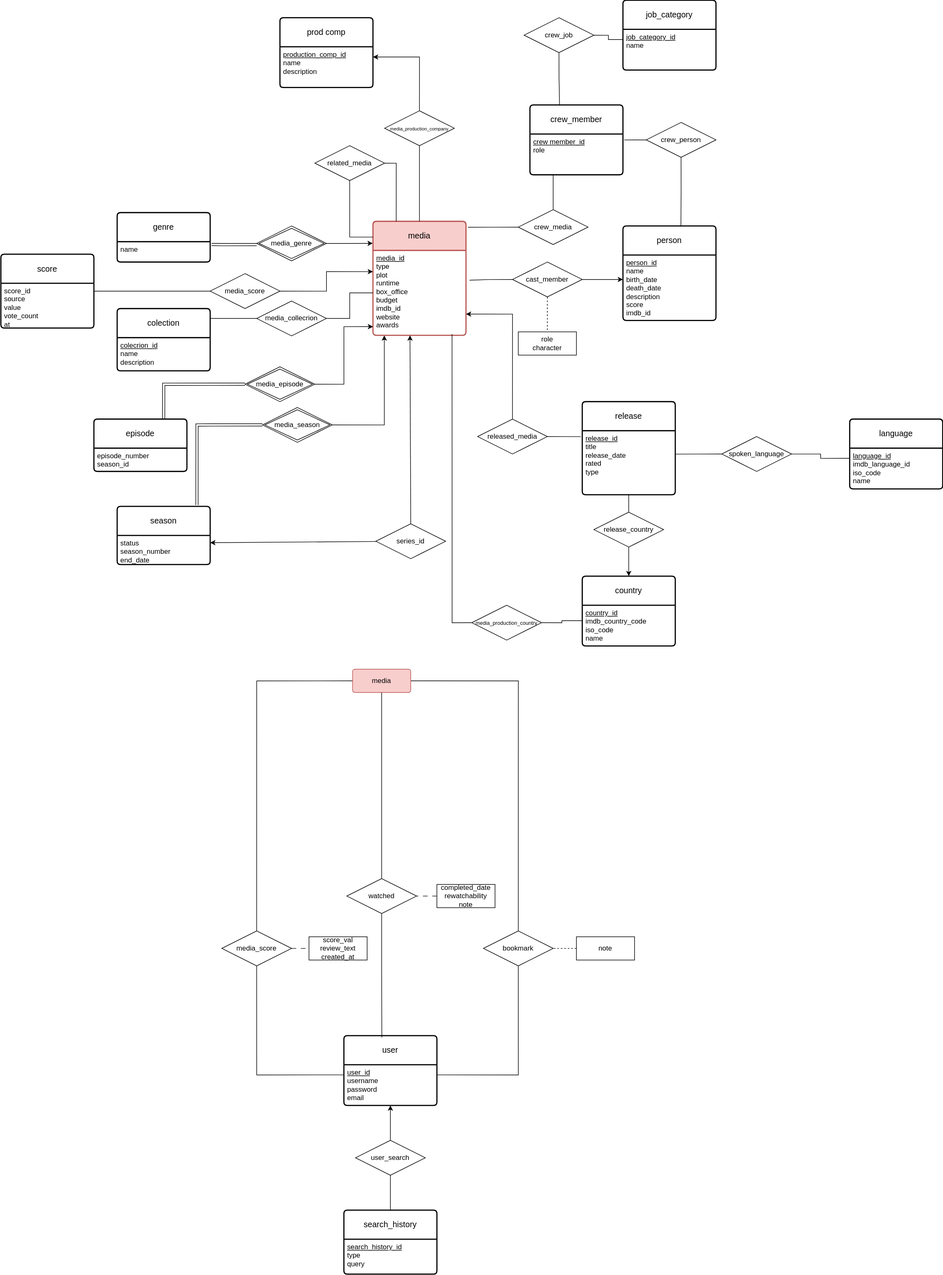
The draw.io diagram ER_diagram_handmade.drawio.svg in RUC-MSc-CS-CIT-2024/portfolio_subproject_1, before a commit. Source tidied: cells renumbered, new cells last; positions are measured from the earlier drawing's top-left corner, leaving out a move shared by most shapes.
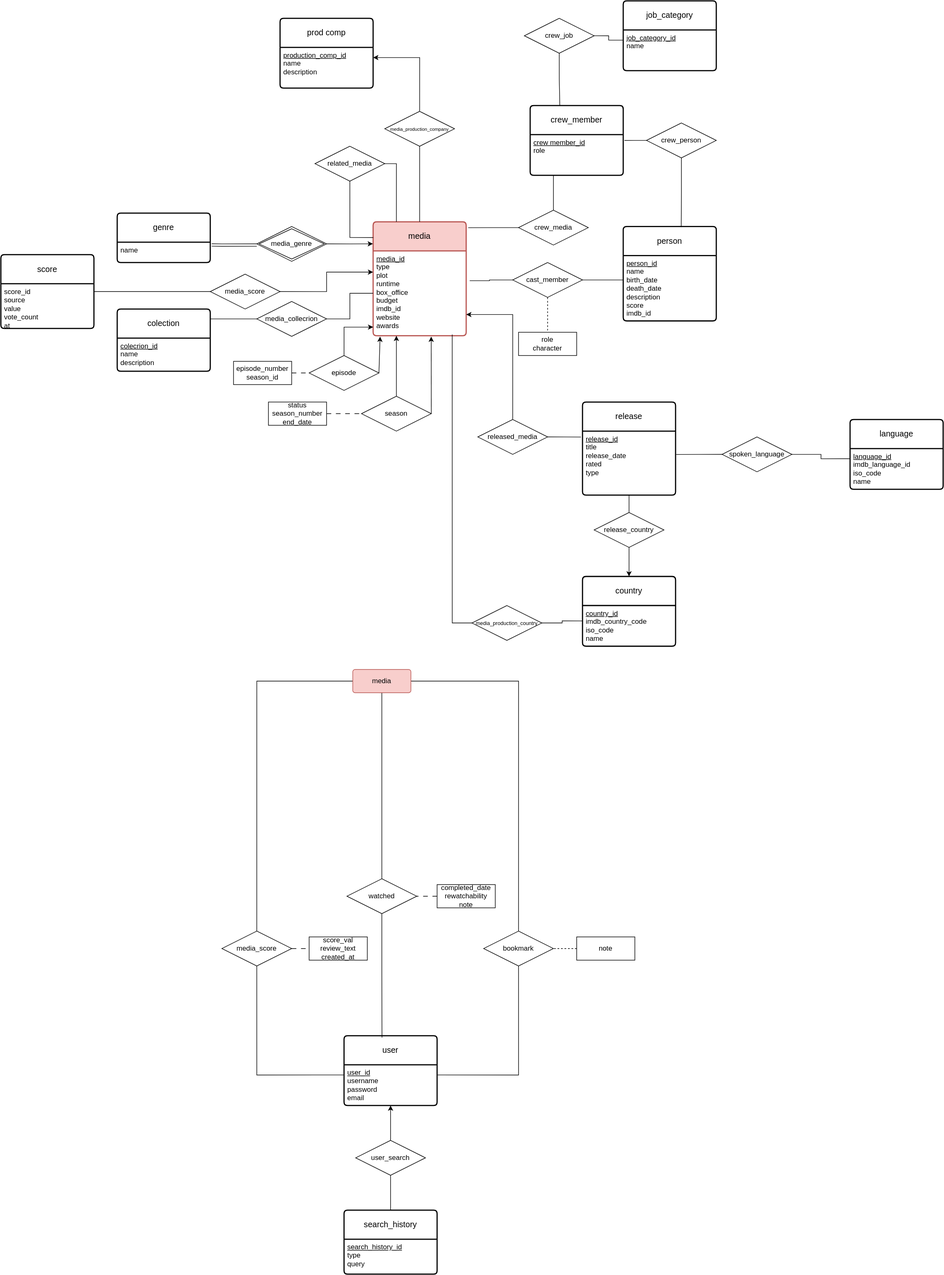
The same diagram one commit later.

Commit message:
Fixis after meeting with Throels

Change to the diagram source:
```diff
@@ -1,4 +1,4 @@
-<mxGraphModel background="#ffffff">
+<mxGraphModel>
   <root>
     <mxCell id="0" />
     <mxCell id="1" parent="0" />
@@ -21,21 +21,6 @@
     <mxCell id="5" style="edgeStyle=orthogonalEdgeStyle;rounded=0;jettySize=auto;html=1;exitX=0;exitY=0.5;exitDx=0;exitDy=0;entryX=1;entryY=0;entryDx=0;entryDy=0;endArrow=none;endFill=0;" parent="1" edge="1" source="4" target="21">
       <mxGeometry relative="1" as="geometry" />
     </mxCell>
-    <mxCell id="6" style="edgeStyle=orthogonalEdgeStyle;rounded=0;jettySize=auto;html=1;exitX=0;exitY=0.5;exitDx=0;exitDy=0;entryX=0.75;entryY=0;entryDx=0;entryDy=0;endArrow=classic;endFill=1;shape=link;" parent="1" edge="1" source="7" target="24">
-      <mxGeometry relative="1" as="geometry" />
-    </mxCell>
-    <mxCell id="7" value="media_episode" style="shape=rhombus;double=1;perimeter=rhombusPerimeter;whiteSpace=wrap;html=1;align=center;" parent="1" vertex="1">
-      <mxGeometry x="420" y="630" width="120" height="60" as="geometry" />
-    </mxCell>
-    <mxCell id="8" style="edgeStyle=orthogonalEdgeStyle;rounded=0;jettySize=auto;html=1;exitX=0;exitY=0.5;exitDx=0;exitDy=0;endArrow=classic;endFill=1;shape=link;entryX=0.858;entryY=-0.021;entryDx=0;entryDy=0;entryPerimeter=0;" parent="1" edge="1" source="9" target="26">
-      <mxGeometry relative="1" as="geometry" />
-    </mxCell>
-    <mxCell id="9" value="&lt;div&gt;media_season&lt;/div&gt;" style="shape=rhombus;double=1;perimeter=rhombusPerimeter;whiteSpace=wrap;html=1;align=center;" parent="1" vertex="1">
-      <mxGeometry x="450" y="700" width="120" height="60" as="geometry" />
-    </mxCell>
-    <mxCell id="10" style="edgeStyle=orthogonalEdgeStyle;rounded=0;jettySize=auto;html=1;exitX=1;exitY=0.5;exitDx=0;exitDy=0;entryX=0.122;entryY=1.001;entryDx=0;entryDy=0;entryPerimeter=0;" parent="1" edge="1" source="9" target="16">
-      <mxGeometry relative="1" as="geometry" />
-    </mxCell>
     <mxCell id="11" style="edgeStyle=orthogonalEdgeStyle;rounded=0;jettySize=auto;html=1;exitX=0;exitY=0.5;exitDx=0;exitDy=0;endArrow=none;endFill=0;entryX=1;entryY=0.5;entryDx=0;entryDy=0;" parent="1" edge="1" source="12" target="13">
       <mxGeometry relative="1" as="geometry" />
     </mxCell>
@@ -75,19 +60,7 @@
     <mxCell id="23" style="edgeStyle=orthogonalEdgeStyle;rounded=0;jettySize=auto;html=1;exitX=1;exitY=0.5;exitDx=0;exitDy=0;entryX=0;entryY=0.5;entryDx=0;entryDy=0;endArrow=none;endFill=0;" parent="1" edge="1" source="4" target="16">
       <mxGeometry relative="1" as="geometry" />
     </mxCell>
-    <mxCell id="24" value="episode" style="swimlane;horizontal=1;startSize=50;rounded=1;fontSize=14;fontStyle=0;strokeWidth=2;shadow=0;dashed=0;align=center;arcSize=4;whiteSpace=wrap;html=1;" parent="1" vertex="1">
-      <mxGeometry x="160" y="720" width="160" height="90" as="geometry" />
-    </mxCell>
-    <mxCell id="25" value="&lt;div&gt;episode_number&lt;/div&gt;&lt;div&gt;season_id&lt;br&gt;&lt;/div&gt;" style="align=left;strokeColor=none;fillColor=none;spacingLeft=4;fontSize=12;verticalAlign=top;html=1;" parent="24" vertex="1">
-      <mxGeometry y="50" width="160" height="40" as="geometry" />
-    </mxCell>
-    <mxCell id="26" value="season" style="swimlane;horizontal=1;startSize=50;rounded=1;fontSize=14;fontStyle=0;strokeWidth=2;shadow=0;dashed=0;align=center;arcSize=4;whiteSpace=wrap;html=1;" parent="1" vertex="1">
-      <mxGeometry x="200" y="870" width="160" height="100" as="geometry" />
-    </mxCell>
-    <mxCell id="27" value="&lt;div&gt;status&lt;/div&gt;&lt;div&gt;season_number&lt;/div&gt;&lt;div&gt;end_date&lt;/div&gt;&lt;div&gt;&lt;br&gt;&lt;/div&gt;" style="align=left;strokeColor=none;fillColor=none;spacingLeft=4;fontSize=12;verticalAlign=top;html=1;" parent="26" vertex="1">
-      <mxGeometry y="50" width="160" height="50" as="geometry" />
-    </mxCell>
-    <mxCell id="28" style="edgeStyle=orthogonalEdgeStyle;rounded=0;jettySize=auto;html=1;exitX=1;exitY=0.5;exitDx=0;exitDy=0;entryX=0.001;entryY=0.898;entryDx=0;entryDy=0;entryPerimeter=0;" parent="1" edge="1" source="7" target="16">
+    <mxCell id="28" style="edgeStyle=orthogonalEdgeStyle;rounded=0;jettySize=auto;html=1;exitX=0.5;exitY=0;exitDx=0;exitDy=0;entryX=0.001;entryY=0.898;entryDx=0;entryDy=0;entryPerimeter=0;" parent="1" edge="1" source="24" target="16">
       <mxGeometry relative="1" as="geometry" />
     </mxCell>
     <mxCell id="29" value="prod comp" style="swimlane;horizontal=1;startSize=50;rounded=1;fontSize=14;fontStyle=0;strokeWidth=2;shadow=0;dashed=0;align=center;arcSize=4;whiteSpace=wrap;html=1;" parent="1" vertex="1">
@@ -131,7 +104,7 @@
     <mxCell id="41" style="edgeStyle=orthogonalEdgeStyle;rounded=0;jettySize=auto;html=1;exitX=0;exitY=0.5;exitDx=0;exitDy=0;entryX=1.038;entryY=0.351;entryDx=0;entryDy=0;entryPerimeter=0;endArrow=none;endFill=0;" parent="1" edge="1" source="40" target="16">
       <mxGeometry relative="1" as="geometry" />
     </mxCell>
-    <mxCell id="42" style="edgeStyle=orthogonalEdgeStyle;rounded=0;jettySize=auto;html=1;exitX=1;exitY=0.5;exitDx=0;exitDy=0;" parent="1" edge="1" source="40">
+    <mxCell id="42" style="edgeStyle=orthogonalEdgeStyle;rounded=0;jettySize=auto;html=1;exitX=1;exitY=0.5;exitDx=0;exitDy=0;endArrow=none;endFill=0;" parent="1" edge="1" source="40">
       <mxGeometry relative="1" as="geometry">
         <mxPoint x="1070" y="480" as="targetPoint" />
       </mxGeometry>
@@ -303,14 +276,32 @@
     <mxCell id="97" value="&lt;div&gt;score_val&lt;/div&gt;&lt;div&gt;review_text&lt;/div&gt;&lt;div&gt;created_at&lt;br&gt;&lt;/div&gt;" style="whiteSpace=wrap;html=1;align=center;" parent="1" vertex="1">
       <mxGeometry x="530" y="1610" width="100" height="40" as="geometry" />
     </mxCell>
-    <mxCell id="98" style="edgeStyle=none;html=1;entryX=1;entryY=0.25;entryDx=0;entryDy=0;" parent="1" edge="1" source="100" target="27">
-      <mxGeometry relative="1" as="geometry" />
-    </mxCell>
-    <mxCell id="99" style="edgeStyle=none;html=1;exitX=0.5;exitY=0;exitDx=0;exitDy=0;entryX=0.398;entryY=1.001;entryDx=0;entryDy=0;entryPerimeter=0;" parent="1" edge="1" source="100" target="16">
+    <mxCell id="99" style="edgeStyle=none;html=1;exitX=0.5;exitY=0;exitDx=0;exitDy=0;entryX=0.25;entryY=1;entryDx=0;entryDy=0;" parent="1" edge="1" source="100" target="16">
       <mxGeometry relative="1" as="geometry" />
     </mxCell>
+    <mxCell id="101" style="edgeStyle=none;html=1;exitX=1;exitY=0.5;exitDx=0;exitDy=0;entryX=0.624;entryY=1.01;entryDx=0;entryDy=0;entryPerimeter=0;endArrow=classic;endFill=1;" parent="1" edge="1" source="100" target="16">
+      <mxGeometry relative="1" as="geometry" />
+    </mxCell>
-    <mxCell id="100" value="&lt;div&gt;series_id&lt;/div&gt;" style="shape=rhombus;perimeter=rhombusPerimeter;whiteSpace=wrap;html=1;align=center;" parent="1" vertex="1">
-      <mxGeometry x="645" y="900" width="120" height="60" as="geometry" />
+    <mxCell id="100" value="&lt;div&gt;season&lt;/div&gt;" style="shape=rhombus;perimeter=rhombusPerimeter;whiteSpace=wrap;html=1;align=center;" parent="1" vertex="1">
+      <mxGeometry x="620" y="680" width="120" height="60" as="geometry" />
     </mxCell>
+    <mxCell id="102" style="edgeStyle=none;html=1;exitX=1;exitY=0.5;exitDx=0;exitDy=0;entryX=0.075;entryY=1.01;entryDx=0;entryDy=0;entryPerimeter=0;endArrow=classic;endFill=1;" parent="1" edge="1" source="24" target="16">
+      <mxGeometry relative="1" as="geometry" />
+    </mxCell>
+    <mxCell id="24" value="&lt;div&gt;episode&lt;/div&gt;" style="shape=rhombus;perimeter=rhombusPerimeter;whiteSpace=wrap;html=1;align=center;" parent="1" vertex="1">
+      <mxGeometry x="530" y="610" width="120" height="60" as="geometry" />
+    </mxCell>
+    <mxCell id="103" style="edgeStyle=none;html=1;exitX=1;exitY=0.5;exitDx=0;exitDy=0;endArrow=none;endFill=0;dashed=1;dashPattern=8 8;" parent="1" edge="1" source="25" target="24">
+      <mxGeometry relative="1" as="geometry" />
+    </mxCell>
+    <mxCell id="25" value="&lt;div&gt;episode_number&lt;/div&gt;&lt;div&gt;season_id&lt;/div&gt;" style="whiteSpace=wrap;html=1;align=center;" parent="1" vertex="1">
+      <mxGeometry x="400" y="620" width="100" height="40" as="geometry" />
+    </mxCell>
+    <mxCell id="104" style="edgeStyle=none;html=1;exitX=1;exitY=0.5;exitDx=0;exitDy=0;entryX=0;entryY=0.5;entryDx=0;entryDy=0;endArrow=none;endFill=0;dashed=1;dashPattern=8 8;" parent="1" edge="1" source="27" target="100">
+      <mxGeometry relative="1" as="geometry" />
+    </mxCell>
+    <mxCell id="27" value="&lt;div&gt;status&lt;/div&gt;&lt;div&gt;season_number&lt;/div&gt;&lt;div&gt;end_date&lt;/div&gt;" style="whiteSpace=wrap;html=1;align=center;" parent="1" vertex="1">
+      <mxGeometry x="460" y="690" width="100" height="40" as="geometry" />
+    </mxCell>
   </root>
 </mxGraphModel>
```
